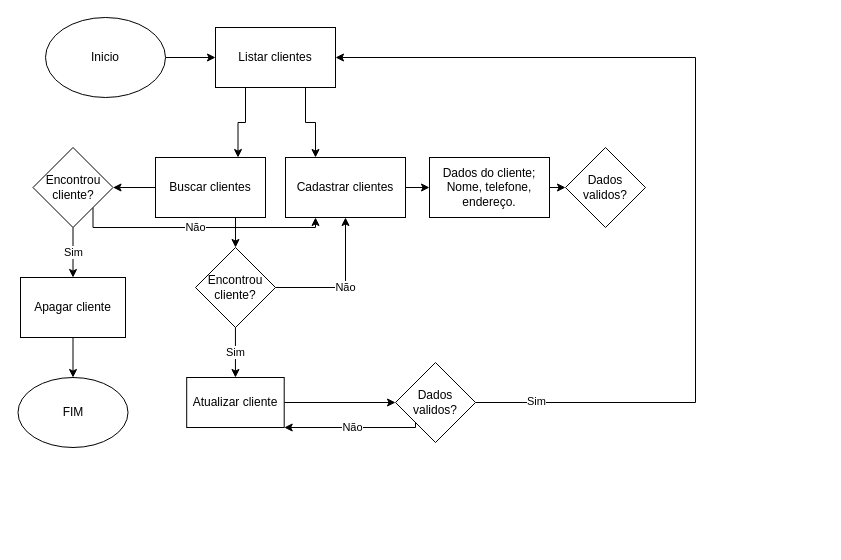
D3ise/fluxograma keeps this draw.io diagram as page "Página-1" (1 of 3) of doc/fluxograma.drawio. Above is the earlier version. Source tidied: cells renumbered, new cells numbered last; positions are measured from the earlier drawing's top-left corner, leaving out a move shared by most shapes. Both pictures are drawn from the tidied source at 100%, with x=0, y=0 at pixel (17, 17).
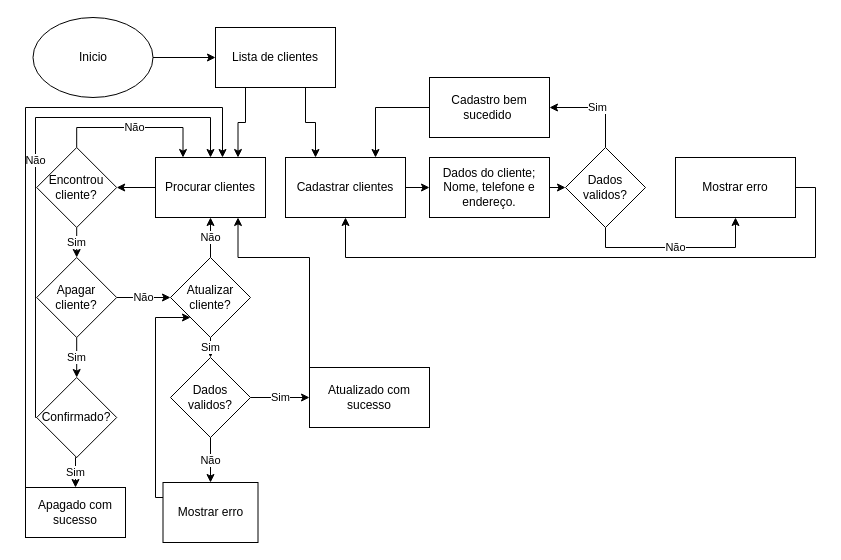
Above is the later version.

The change refers to these unchanged cells:
```xml
<mxCell id="9" value="Dados validos?" style="rhombus;whiteSpace=wrap;html=1;" parent="1" vertex="1">
  <mxGeometry x="548" y="130" width="80" height="80" as="geometry" />
</mxCell>
<mxCell id="14" value="Cadastrar clientes" style="rounded=0;whiteSpace=wrap;html=1;" parent="1" vertex="1">
  <mxGeometry x="268" y="140" width="120" height="60" as="geometry" />
</mxCell>
```

The edit, as a diff of the source:
```diff
@@
     <mxCell id="3" value="Inicio" style="ellipse;whiteSpace=wrap;html=1;" parent="1" vertex="1">
-      <mxGeometry x="28" width="120" height="80" as="geometry" />
+      <mxGeometry x="15.5" width="120" height="80" as="geometry" />
     </mxCell>
@@
-    <mxCell id="6" value="Listar clientes" style="rounded=0;whiteSpace=wrap;html=1;" parent="1" vertex="1">
+    <mxCell id="6" value="Lista de clientes" style="rounded=0;whiteSpace=wrap;html=1;" parent="1" vertex="1">
       <mxGeometry x="198" y="10" width="120" height="60" as="geometry" />
     </mxCell>
@@
-    <mxCell id="8" value="Dados do cliente; Nome, telefone, endereço." style="rounded=0;whiteSpace=wrap;html=1;" parent="1" vertex="1">
+    <mxCell id="8" value="Dados do cliente; Nome, telefone e endereço." style="rounded=0;whiteSpace=wrap;html=1;" parent="1" vertex="1">
       <mxGeometry x="412" y="140" width="120" height="60" as="geometry" />
     </mxCell>
+    <mxCell id="30" value="Sim" style="edgeStyle=orthogonalEdgeStyle;rounded=0;jettySize=auto;html=1;exitX=0.5;exitY=0;exitDx=0;exitDy=0;entryX=1;entryY=0.5;entryDx=0;entryDy=0;" parent="1" edge="1" source="9" target="38">
+      <mxGeometry relative="1" as="geometry" />
+    </mxCell>
+    <mxCell id="31" value="Não" style="edgeStyle=orthogonalEdgeStyle;rounded=0;jettySize=auto;html=1;" parent="1" edge="1" source="9" target="36">
+      <mxGeometry relative="1" as="geometry">
+        <Array as="points">
+          <mxPoint x="588" y="230" />
+          <mxPoint x="718" y="230" />
+        </Array>
+      </mxGeometry>
+    </mxCell>
@@
-    <mxCell id="10" style="edgeStyle=orthogonalEdgeStyle;rounded=0;jettySize=auto;html=1;entryX=1;entryY=0.5;entryDx=0;entryDy=0;exitX=0;exitY=0.5;exitDx=0;exitDy=0;" parent="1" edge="1" source="12" target="20">
-      <mxGeometry relative="1" as="geometry" />
-    </mxCell>
-    <mxCell id="11" style="edgeStyle=orthogonalEdgeStyle;rounded=0;jettySize=auto;html=1;exitX=0.75;exitY=1;exitDx=0;exitDy=0;entryX=0.5;entryY=0;entryDx=0;entryDy=0;" parent="1" edge="1" source="12" target="25">
-      <mxGeometry relative="1" as="geometry" />
-    </mxCell>
+    <mxCell id="32" style="edgeStyle=orthogonalEdgeStyle;rounded=0;jettySize=auto;html=1;exitX=0;exitY=0.5;exitDx=0;exitDy=0;entryX=1;entryY=0.5;entryDx=0;entryDy=0;" parent="1" edge="1" source="12" target="45">
+      <mxGeometry relative="1" as="geometry" />
+    </mxCell>
-    <mxCell id="12" value="Buscar clientes" style="rounded=0;whiteSpace=wrap;html=1;" parent="1" vertex="1">
+    <mxCell id="12" value="Procurar clientes" style="rounded=0;whiteSpace=wrap;html=1;" parent="1" vertex="1">
       <mxGeometry x="138" y="140" width="110" height="60" as="geometry" />
     </mxCell>
@@
-    <mxCell id="15" style="edgeStyle=orthogonalEdgeStyle;rounded=0;jettySize=auto;html=1;exitX=0.5;exitY=1;exitDx=0;exitDy=0;entryX=0.5;entryY=0;entryDx=0;entryDy=0;" parent="1" edge="1" source="16" target="17">
-      <mxGeometry relative="1" as="geometry" />
-    </mxCell>
-    <mxCell id="16" value="Apagar cliente" style="rounded=0;whiteSpace=wrap;html=1;" parent="1" vertex="1">
-      <mxGeometry x="3" y="260" width="105" height="60" as="geometry" />
-    </mxCell>
-    <mxCell id="17" value="FIM" style="ellipse;whiteSpace=wrap;html=1;" parent="1" vertex="1">
-      <mxGeometry x="0.5" y="360" width="110" height="70" as="geometry" />
-    </mxCell>
-    <mxCell id="18" value="Sim" style="edgeStyle=orthogonalEdgeStyle;rounded=0;jettySize=auto;html=1;exitX=0.5;exitY=1;exitDx=0;exitDy=0;entryX=0.5;entryY=0;entryDx=0;entryDy=0;" parent="1" edge="1" source="20" target="16">
-      <mxGeometry relative="1" as="geometry" />
-    </mxCell>
-    <mxCell id="19" value="Não" style="edgeStyle=orthogonalEdgeStyle;rounded=0;jettySize=auto;html=1;exitX=1;exitY=1;exitDx=0;exitDy=0;entryX=0.25;entryY=1;entryDx=0;entryDy=0;" parent="1" edge="1" source="20" target="14">
-      <mxGeometry x="-0.03" relative="1" as="geometry">
-        <Array as="points">
-          <mxPoint x="76" y="210" />
-          <mxPoint x="298" y="210" />
-        </Array>
-      </mxGeometry>
-    </mxCell>
-    <mxCell id="20" value="Encontrou cliente?" style="rhombus;whiteSpace=wrap;html=1;" parent="1" vertex="1">
-      <mxGeometry x="15.5" y="130" width="80" height="80" as="geometry" />
-    </mxCell>
-    <mxCell id="21" style="edgeStyle=orthogonalEdgeStyle;rounded=0;jettySize=auto;html=1;exitX=1;exitY=0.5;exitDx=0;exitDy=0;entryX=0;entryY=0.5;entryDx=0;entryDy=0;" parent="1" edge="1" source="22" target="29">
-      <mxGeometry relative="1" as="geometry" />
-    </mxCell>
-    <mxCell id="22" value="Atualizar cliente" style="rounded=0;whiteSpace=wrap;html=1;" parent="1" vertex="1">
-      <mxGeometry x="169.2" y="360" width="97.5" height="50" as="geometry" />
-    </mxCell>
-    <mxCell id="23" value="Não" style="edgeStyle=orthogonalEdgeStyle;rounded=0;jettySize=auto;html=1;exitX=1;exitY=0.5;exitDx=0;exitDy=0;entryX=0.5;entryY=1;entryDx=0;entryDy=0;" parent="1" edge="1" source="25" target="14">
-      <mxGeometry relative="1" as="geometry" />
-    </mxCell>
-    <mxCell id="24" value="Sim" style="edgeStyle=orthogonalEdgeStyle;rounded=0;jettySize=auto;html=1;entryX=0.5;entryY=0;entryDx=0;entryDy=0;" parent="1" edge="1" source="25" target="22">
-      <mxGeometry relative="1" as="geometry" />
-    </mxCell>
-    <mxCell id="25" value="Encontrou cliente?" style="rhombus;whiteSpace=wrap;html=1;" parent="1" vertex="1">
-      <mxGeometry x="178" y="230" width="80" height="80" as="geometry" />
-    </mxCell>
-    <mxCell id="26" value="Não" style="edgeStyle=orthogonalEdgeStyle;rounded=0;jettySize=auto;html=1;exitX=0;exitY=1;exitDx=0;exitDy=0;entryX=1;entryY=1;entryDx=0;entryDy=0;" parent="1" edge="1" source="29" target="22">
-      <mxGeometry relative="1" as="geometry">
-        <Array as="points">
-          <mxPoint x="398" y="410" />
-        </Array>
-      </mxGeometry>
-    </mxCell>
-    <mxCell id="27" style="edgeStyle=orthogonalEdgeStyle;rounded=0;jettySize=auto;html=1;entryX=1;entryY=0.5;entryDx=0;entryDy=0;" parent="1" edge="1" source="29" target="6">
-      <mxGeometry relative="1" as="geometry">
-        <Array as="points">
-          <mxPoint x="678" y="385" />
-          <mxPoint x="678" y="40" />
-        </Array>
-      </mxGeometry>
-    </mxCell>
-    <mxCell id="28" value="Sim" style="edgeLabel;html=1;align=center;verticalAlign=middle;" parent="27" vertex="1">
-      <mxGeometry x="-0.87" y="2" relative="1" as="geometry" />
-    </mxCell>
+    <mxCell id="33" value="Não" style="edgeStyle=orthogonalEdgeStyle;rounded=0;jettySize=auto;html=1;exitX=0.5;exitY=1;exitDx=0;exitDy=0;entryX=0.5;entryY=0;entryDx=0;entryDy=0;" parent="1" edge="1" source="29" target="40">
+      <mxGeometry relative="1" as="geometry" />
+    </mxCell>
+    <mxCell id="34" value="Sim" style="edgeStyle=orthogonalEdgeStyle;rounded=0;jettySize=auto;html=1;exitX=1;exitY=0.5;exitDx=0;exitDy=0;entryX=0;entryY=0.5;entryDx=0;entryDy=0;" parent="1" edge="1" source="29" target="42">
+      <mxGeometry relative="1" as="geometry" />
+    </mxCell>
     <mxCell id="29" value="Dados validos?" style="rhombus;whiteSpace=wrap;html=1;" parent="1" vertex="1">
-      <mxGeometry x="378" y="345" width="80" height="80" as="geometry" />
+      <mxGeometry x="153" y="340" width="80" height="80" as="geometry" />
     </mxCell>
+    <mxCell id="35" style="edgeStyle=orthogonalEdgeStyle;rounded=0;jettySize=auto;html=1;exitX=1;exitY=0.5;exitDx=0;exitDy=0;entryX=0.5;entryY=1;entryDx=0;entryDy=0;" parent="1" edge="1" source="36" target="14">
+      <mxGeometry relative="1" as="geometry">
+        <Array as="points">
+          <mxPoint x="798" y="170" />
+          <mxPoint x="798" y="240" />
+          <mxPoint x="328" y="240" />
+        </Array>
+      </mxGeometry>
+    </mxCell>
+    <mxCell id="36" value="Mostrar erro" style="rounded=0;whiteSpace=wrap;html=1;" parent="1" vertex="1">
+      <mxGeometry x="658" y="140" width="120" height="60" as="geometry" />
+    </mxCell>
+    <mxCell id="37" style="edgeStyle=orthogonalEdgeStyle;rounded=0;jettySize=auto;html=1;exitX=0;exitY=0.5;exitDx=0;exitDy=0;entryX=0.75;entryY=0;entryDx=0;entryDy=0;" parent="1" edge="1" source="38" target="14">
+      <mxGeometry relative="1" as="geometry" />
+    </mxCell>
+    <mxCell id="38" value="Cadastro bem sucedido&amp;nbsp;" style="rounded=0;whiteSpace=wrap;html=1;" parent="1" vertex="1">
+      <mxGeometry x="412" y="60" width="120" height="60" as="geometry" />
+    </mxCell>
+    <mxCell id="39" style="edgeStyle=orthogonalEdgeStyle;rounded=0;jettySize=auto;html=1;exitX=0;exitY=0.25;exitDx=0;exitDy=0;entryX=0;entryY=1;entryDx=0;entryDy=0;" parent="1" edge="1" source="40" target="51">
+      <mxGeometry relative="1" as="geometry">
+        <Array as="points">
+          <mxPoint x="138" y="480" />
+          <mxPoint x="138" y="300" />
+        </Array>
+      </mxGeometry>
+    </mxCell>
+    <mxCell id="40" value="Mostrar erro" style="rounded=0;whiteSpace=wrap;html=1;" parent="1" vertex="1">
+      <mxGeometry x="145.5" y="465" width="95" height="60" as="geometry" />
+    </mxCell>
+    <mxCell id="41" style="edgeStyle=orthogonalEdgeStyle;rounded=0;jettySize=auto;html=1;exitX=0;exitY=0;exitDx=0;exitDy=0;entryX=0.75;entryY=1;entryDx=0;entryDy=0;" parent="1" edge="1" source="42" target="12">
+      <mxGeometry relative="1" as="geometry">
+        <Array as="points">
+          <mxPoint x="292" y="240" />
+          <mxPoint x="221" y="240" />
+        </Array>
+      </mxGeometry>
+    </mxCell>
+    <mxCell id="42" value="Atualizado com sucesso" style="rounded=0;whiteSpace=wrap;html=1;" parent="1" vertex="1">
+      <mxGeometry x="292" y="350" width="120" height="60" as="geometry" />
+    </mxCell>
+    <mxCell id="43" value="Não" style="edgeStyle=orthogonalEdgeStyle;rounded=0;jettySize=auto;html=1;entryX=0.25;entryY=0;entryDx=0;entryDy=0;" parent="1" edge="1" source="45" target="12">
+      <mxGeometry relative="1" as="geometry">
+        <Array as="points">
+          <mxPoint x="59" y="110" />
+          <mxPoint x="166" y="110" />
+        </Array>
+      </mxGeometry>
+    </mxCell>
+    <mxCell id="44" value="Sim" style="edgeStyle=orthogonalEdgeStyle;rounded=0;jettySize=auto;html=1;exitX=0.5;exitY=1;exitDx=0;exitDy=0;entryX=0.5;entryY=0;entryDx=0;entryDy=0;" parent="1" edge="1" source="45" target="48">
+      <mxGeometry relative="1" as="geometry" />
+    </mxCell>
+    <mxCell id="45" value="Encontrou cliente?" style="rhombus;whiteSpace=wrap;html=1;" parent="1" vertex="1">
+      <mxGeometry x="19.2" y="130" width="80" height="80" as="geometry" />
+    </mxCell>
+    <mxCell id="46" value="Não" style="edgeStyle=orthogonalEdgeStyle;rounded=0;jettySize=auto;html=1;exitX=1;exitY=0.5;exitDx=0;exitDy=0;entryX=0;entryY=0.5;entryDx=0;entryDy=0;" parent="1" edge="1" source="48" target="51">
+      <mxGeometry relative="1" as="geometry" />
+    </mxCell>
+    <mxCell id="47" value="Sim" style="edgeStyle=orthogonalEdgeStyle;rounded=0;jettySize=auto;html=1;" parent="1" edge="1" source="48" target="54">
+      <mxGeometry relative="1" as="geometry" />
+    </mxCell>
+    <mxCell id="48" value="Apagar cliente?" style="rhombus;whiteSpace=wrap;html=1;" parent="1" vertex="1">
+      <mxGeometry x="19.2" y="240" width="80" height="80" as="geometry" />
+    </mxCell>
+    <mxCell id="49" value="Não" style="edgeStyle=orthogonalEdgeStyle;rounded=0;jettySize=auto;html=1;entryX=0.5;entryY=1;entryDx=0;entryDy=0;" parent="1" edge="1" source="51" target="12">
+      <mxGeometry relative="1" as="geometry" />
+    </mxCell>
+    <mxCell id="50" value="Sim" style="edgeStyle=orthogonalEdgeStyle;rounded=0;jettySize=auto;html=1;exitX=0.5;exitY=1;exitDx=0;exitDy=0;entryX=0.5;entryY=0;entryDx=0;entryDy=0;" parent="1" edge="1" source="51" target="29">
+      <mxGeometry relative="1" as="geometry" />
+    </mxCell>
+    <mxCell id="51" value="Atualizar cliente?" style="rhombus;whiteSpace=wrap;html=1;" parent="1" vertex="1">
+      <mxGeometry x="153" y="240" width="80" height="80" as="geometry" />
+    </mxCell>
+    <mxCell id="52" value="Sim" style="edgeStyle=orthogonalEdgeStyle;rounded=0;jettySize=auto;html=1;exitX=0.5;exitY=1;exitDx=0;exitDy=0;entryX=0.5;entryY=0;entryDx=0;entryDy=0;" parent="1" edge="1" source="54" target="55">
+      <mxGeometry relative="1" as="geometry" />
+    </mxCell>
+    <mxCell id="53" value="Não" style="edgeStyle=orthogonalEdgeStyle;rounded=0;jettySize=auto;html=1;entryX=0.5;entryY=0;entryDx=0;entryDy=0;" parent="1" edge="1" source="54" target="12">
+      <mxGeometry relative="1" as="geometry">
+        <Array as="points">
+          <mxPoint x="18" y="400" />
+          <mxPoint x="18" y="100" />
+          <mxPoint x="193" y="100" />
+        </Array>
+      </mxGeometry>
+    </mxCell>
+    <mxCell id="54" value="Confirmado?" style="rhombus;whiteSpace=wrap;html=1;" parent="1" vertex="1">
+      <mxGeometry x="19.2" y="360" width="80" height="80" as="geometry" />
+    </mxCell>
+    <mxCell id="55" value="Apagado com sucesso" style="rounded=0;whiteSpace=wrap;html=1;" parent="1" vertex="1">
+      <mxGeometry x="8" y="470" width="100" height="50" as="geometry" />
+    </mxCell>
+    <mxCell id="56" style="edgeStyle=orthogonalEdgeStyle;rounded=0;jettySize=auto;html=1;exitX=0;exitY=0;exitDx=0;exitDy=0;" parent="1" edge="1" source="55">
+      <mxGeometry relative="1" as="geometry">
+        <mxPoint x="205" y="140" as="targetPoint" />
+        <Array as="points">
+          <mxPoint x="8" y="90" />
+          <mxPoint x="205" y="90" />
+        </Array>
+      </mxGeometry>
+    </mxCell>
```
